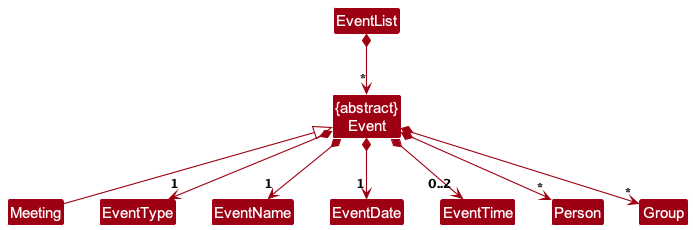
nus-cs2103-AY2324S1/tp keeps this PlantUML diagram as docs/images/EventClassDiagram.png. Above is the earlier version.
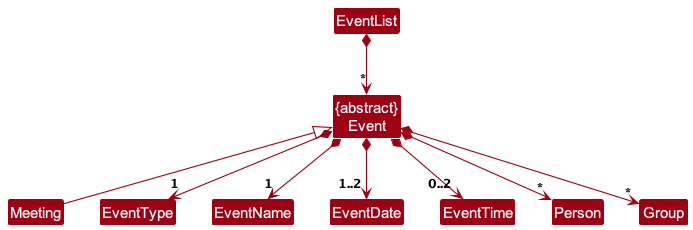
The same diagram one commit later.

Commit message:
Create sequence diagram for assign groups to events

The edit, as a diff of the source:
```diff
@@ -17,7 +17,7 @@
 EventList *--> "*" Event
 Event *--> "1" EventName
 Event *--> "1" EventType
-Event *--> "1" EventDate
+Event *--> "1..2" EventDate
 Event *--> "0..2" EventTime
 Event *--> "*" Person
 Event *--> "*" Group
```
